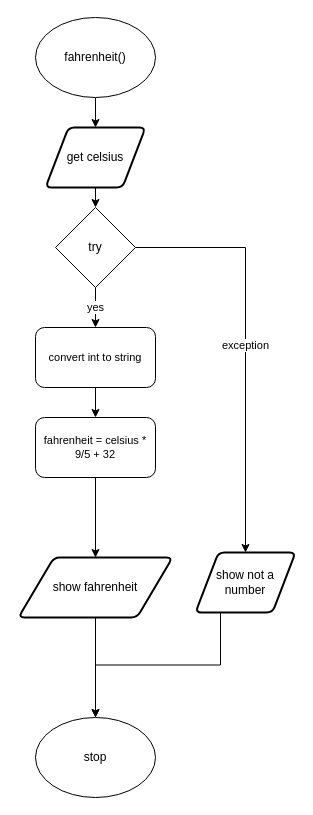
Above: flow.drawio in devin-jhu/ICS3U-Unit5-04-Python (draw.io), before the change. Source tidied: cells renumbered, new cells numbered last; positions are measured from the earlier drawing's top-left corner, leaving out a move shared by most shapes. Both pictures are drawn from the tidied source at 100%, with x=0, y=0 at pixel (18, 17).
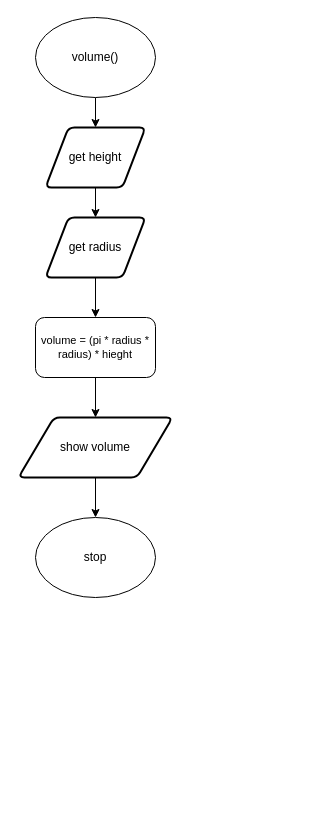
Above is the later version.

Diff of the diagram source:
```diff
@@
 <mxGraphModel>
   <root>
     <mxCell id="0" />
     <mxCell id="1" parent="0" />
     <mxCell id="2" style="edgeStyle=orthogonalEdgeStyle;shape=connector;rounded=0;html=1;exitX=0.5;exitY=1;exitDx=0;exitDy=0;entryX=0.5;entryY=0;entryDx=0;entryDy=0;labelBackgroundColor=default;fontFamily=Helvetica;fontSize=11;fontColor=default;endArrow=classic;strokeColor=default;" parent="1" edge="1" source="3" target="8">
       <mxGeometry relative="1" as="geometry" />
     </mxCell>
-    <mxCell id="3" value="show fahrenheit" style="shape=parallelogram;html=1;strokeWidth=2;perimeter=parallelogramPerimeter;whiteSpace=wrap;rounded=1;arcSize=12;size=0.23;" parent="1" vertex="1">
-      <mxGeometry y="540" width="154" height="60" as="geometry" />
+    <mxCell id="3" value="show volume" style="shape=parallelogram;html=1;strokeWidth=2;perimeter=parallelogramPerimeter;whiteSpace=wrap;rounded=1;arcSize=12;size=0.23;" parent="1" vertex="1">
+      <mxGeometry y="400" width="154" height="60" as="geometry" />
     </mxCell>
-    <mxCell id="4" style="edgeStyle=orthogonalEdgeStyle;shape=connector;rounded=0;html=1;exitX=0.25;exitY=1;exitDx=0;exitDy=0;labelBackgroundColor=default;fontFamily=Helvetica;fontSize=11;fontColor=default;endArrow=classic;strokeColor=default;entryX=0.5;entryY=0;entryDx=0;entryDy=0;" parent="1" edge="1" source="5" target="8">
-      <mxGeometry relative="1" as="geometry" />
-    </mxCell>
-    <mxCell id="5" value="show not a number" style="shape=parallelogram;html=1;strokeWidth=2;perimeter=parallelogramPerimeter;whiteSpace=wrap;rounded=1;arcSize=12;size=0.23;" parent="1" vertex="1">
-      <mxGeometry x="177" y="535" width="100" height="60" as="geometry" />
-    </mxCell>
     <mxCell id="6" style="edgeStyle=orthogonalEdgeStyle;shape=connector;rounded=0;html=1;exitX=0.5;exitY=1;exitDx=0;exitDy=0;entryX=0.5;entryY=0;entryDx=0;entryDy=0;labelBackgroundColor=default;fontFamily=Helvetica;fontSize=11;fontColor=default;endArrow=classic;strokeColor=default;" parent="1" edge="1" source="7" target="17">
       <mxGeometry relative="1" as="geometry" />
     </mxCell>
-    <mxCell id="7" value="fahrenheit()" style="ellipse;whiteSpace=wrap;html=1;" parent="1" vertex="1">
+    <mxCell id="7" value="volume()" style="ellipse;whiteSpace=wrap;html=1;" parent="1" vertex="1">
       <mxGeometry x="17" width="120" height="80" as="geometry" />
     </mxCell>
     <mxCell id="8" value="stop" style="ellipse;whiteSpace=wrap;html=1;" parent="1" vertex="1">
-      <mxGeometry x="17" y="700" width="120" height="80" as="geometry" />
+      <mxGeometry x="17" y="500" width="120" height="80" as="geometry" />
     </mxCell>
-    <mxCell id="9" value="yes" style="edgeStyle=orthogonalEdgeStyle;shape=connector;rounded=0;html=1;exitX=0.5;exitY=1;exitDx=0;exitDy=0;entryX=0.5;entryY=0;entryDx=0;entryDy=0;labelBackgroundColor=default;fontFamily=Helvetica;fontSize=11;fontColor=default;endArrow=classic;strokeColor=default;" parent="1" edge="1" source="11" target="13">
-      <mxGeometry relative="1" as="geometry" />
-    </mxCell>
-    <mxCell id="10" value="exception" style="edgeStyle=orthogonalEdgeStyle;shape=connector;rounded=0;html=1;exitX=1;exitY=0.5;exitDx=0;exitDy=0;entryX=0.5;entryY=0;entryDx=0;entryDy=0;labelBackgroundColor=default;fontFamily=Helvetica;fontSize=11;fontColor=default;endArrow=classic;strokeColor=default;" parent="1" edge="1" source="11" target="5">
-      <mxGeometry relative="1" as="geometry" />
-    </mxCell>
-    <mxCell id="11" value="try" style="rhombus;whiteSpace=wrap;html=1;" parent="1" vertex="1">
-      <mxGeometry x="37" y="190" width="80" height="80" as="geometry" />
-    </mxCell>
-    <mxCell id="12" style="edgeStyle=orthogonalEdgeStyle;shape=connector;rounded=0;html=1;exitX=0.5;exitY=1;exitDx=0;exitDy=0;entryX=0.5;entryY=0;entryDx=0;entryDy=0;labelBackgroundColor=default;fontFamily=Helvetica;fontSize=11;fontColor=default;endArrow=classic;strokeColor=default;" parent="1" edge="1" source="13" target="15">
-      <mxGeometry relative="1" as="geometry" />
-    </mxCell>
-    <mxCell id="13" value="convert int to string" style="rounded=1;whiteSpace=wrap;html=1;fontFamily=Helvetica;fontSize=11;fontColor=default;" parent="1" vertex="1">
-      <mxGeometry x="17" y="310" width="120" height="60" as="geometry" />
-    </mxCell>
     <mxCell id="14" style="edgeStyle=orthogonalEdgeStyle;shape=connector;rounded=0;html=1;exitX=0.5;exitY=1;exitDx=0;exitDy=0;entryX=0.5;entryY=0;entryDx=0;entryDy=0;labelBackgroundColor=default;fontFamily=Helvetica;fontSize=11;fontColor=default;endArrow=classic;strokeColor=default;" parent="1" edge="1" source="15" target="3">
       <mxGeometry relative="1" as="geometry" />
     </mxCell>
-    <mxCell id="15" value="fahrenheit = celsius * 9/5 + 32" style="rounded=1;whiteSpace=wrap;html=1;fontFamily=Helvetica;fontSize=11;fontColor=default;" parent="1" vertex="1">
-      <mxGeometry x="17" y="400" width="120" height="60" as="geometry" />
+    <mxCell id="15" value="volume = (pi * radius * radius) * hieght" style="rounded=1;whiteSpace=wrap;html=1;fontFamily=Helvetica;fontSize=11;fontColor=default;" parent="1" vertex="1">
+      <mxGeometry x="17" y="300" width="120" height="60" as="geometry" />
     </mxCell>
-    <mxCell id="16" style="edgeStyle=orthogonalEdgeStyle;shape=connector;rounded=0;html=1;exitX=0.5;exitY=1;exitDx=0;exitDy=0;entryX=0.5;entryY=0;entryDx=0;entryDy=0;labelBackgroundColor=default;fontFamily=Helvetica;fontSize=11;fontColor=default;endArrow=classic;strokeColor=default;" parent="1" edge="1" source="17" target="11">
-      <mxGeometry relative="1" as="geometry" />
-    </mxCell>
+    <mxCell id="18" style="edgeStyle=none;html=1;exitX=0.5;exitY=1;exitDx=0;exitDy=0;entryX=0.5;entryY=0;entryDx=0;entryDy=0;" parent="1" edge="1" source="17" target="20">
+      <mxGeometry relative="1" as="geometry" />
+    </mxCell>
-    <mxCell id="17" value="get celsius" style="shape=parallelogram;html=1;strokeWidth=2;perimeter=parallelogramPerimeter;whiteSpace=wrap;rounded=1;arcSize=12;size=0.23;" parent="1" vertex="1">
+    <mxCell id="17" value="get height" style="shape=parallelogram;html=1;strokeWidth=2;perimeter=parallelogramPerimeter;whiteSpace=wrap;rounded=1;arcSize=12;size=0.23;" parent="1" vertex="1">
       <mxGeometry x="27" y="110" width="100" height="60" as="geometry" />
     </mxCell>
+    <mxCell id="19" style="edgeStyle=none;html=1;exitX=0.5;exitY=1;exitDx=0;exitDy=0;entryX=0.5;entryY=0;entryDx=0;entryDy=0;" parent="1" edge="1" source="20" target="15">
+      <mxGeometry relative="1" as="geometry" />
+    </mxCell>
+    <mxCell id="20" value="get radius" style="shape=parallelogram;html=1;strokeWidth=2;perimeter=parallelogramPerimeter;whiteSpace=wrap;rounded=1;arcSize=12;size=0.23;" parent="1" vertex="1">
+      <mxGeometry x="27" y="200" width="100" height="60" as="geometry" />
+    </mxCell>
   </root>
 </mxGraphModel>
```
